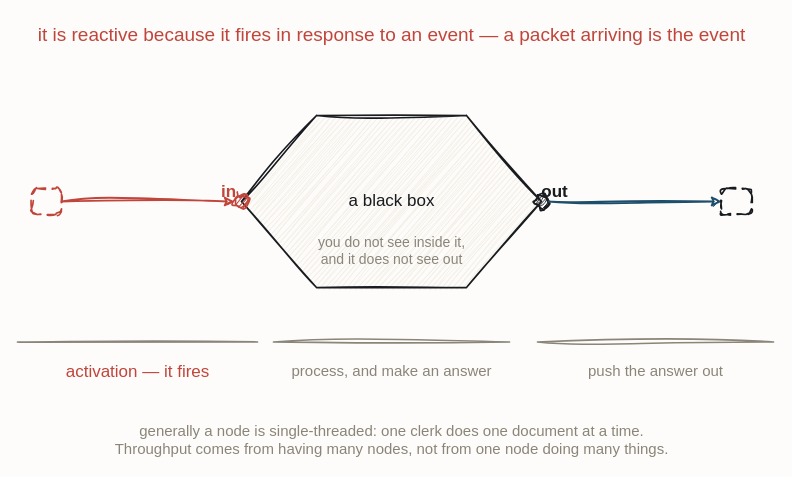
Above: resources/flow-node-ports.drawio in iancooper/practical-messaging (draw.io), before the change. Source tidied: cells renumbered, new cells numbered last; positions are measured from the earlier drawing's top-left corner, leaving out a move shared by most shapes. Both pictures are drawn from the tidied source at 100%, with x=0, y=0 at pixel (17, 17).
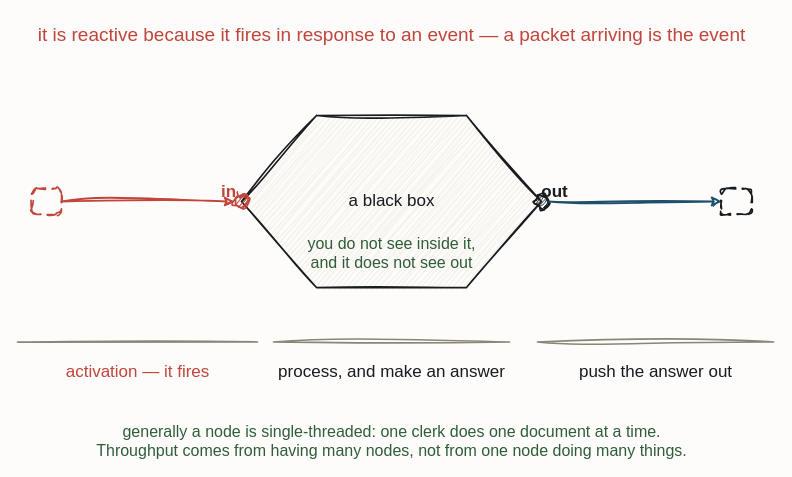
The same page after the edit.

Diff of the diagram source:
```diff
@@
 <mxGraphModel background="#FDFCFA">
   <root>
     <mxCell id="0" />
     <mxCell id="1" parent="0" />
     <mxCell id="2" value="it is reactive because it fires in response to an event — a packet arriving is the event" style="text;html=1;align=center;fontFamily=Caveat;fontSize=19;fontColor=#C0453B;" parent="1" vertex="1">
       <mxGeometry x="314" width="120" height="20" as="geometry" />
     </mxCell>
     <mxCell id="3" value="a black box" style="sketch=1;hachureGap=4;jiggle=2;curveFitting=1;fontFamily=Caveat;html=1;shape=hexagon;perimeter=hexagonPerimeter2;strokeColor=#181B1F;strokeWidth=1.7;fillColor=#F3EFE6;fontColor=#181B1F;fontSize=17;" parent="1" vertex="1">
       <mxGeometry x="224" y="98" width="300" height="172" as="geometry" />
     </mxCell>
     <mxCell id="4" style="sketch=1;hachureGap=4;jiggle=2;curveFitting=1;fontFamily=Caveat;html=1;ellipse;verticalLabelPosition=bottom;verticalAlign=top;strokeColor=#C0453B;strokeWidth=1.7;fillColor=#C0453B;fontColor=#C0453B;fontSize=14;" parent="1" vertex="1">
       <mxGeometry x="217" y="177" width="14" height="14" as="geometry" />
     </mxCell>
     <mxCell id="5" value="in" style="text;html=1;align=center;fontFamily=Caveat;fontSize=17;fontColor=#C0453B;fontStyle=1;" parent="1" vertex="1">
       <mxGeometry x="151" y="158" width="120" height="20" as="geometry" />
     </mxCell>
     <mxCell id="6" style="sketch=1;hachureGap=4;jiggle=2;curveFitting=1;fontFamily=Caveat;html=1;ellipse;verticalLabelPosition=bottom;verticalAlign=top;strokeColor=#181B1F;strokeWidth=1.7;fillColor=#181B1F;fontColor=#181B1F;fontSize=14;" parent="1" vertex="1">
       <mxGeometry x="517" y="177" width="14" height="14" as="geometry" />
     </mxCell>
     <mxCell id="7" value="out" style="text;html=1;align=center;fontFamily=Caveat;fontSize=17;fontColor=#181B1F;fontStyle=1;" parent="1" vertex="1">
       <mxGeometry x="477" y="158" width="120" height="20" as="geometry" />
     </mxCell>
     <mxCell id="8" style="sketch=1;hachureGap=4;jiggle=2;curveFitting=1;fontFamily=Caveat;html=1;rounded=1;arcSize=22;dashed=1;dashPattern=5 4;strokeColor=#C0453B;strokeWidth=1.7;fillColor=#FDFCFA;fontColor=#C0453B;fontSize=13;" parent="1" vertex="1">
       <mxGeometry x="14" y="171" width="30" height="26" as="geometry" />
     </mxCell>
     <mxCell id="9" style="sketch=1;hachureGap=4;jiggle=2;curveFitting=1;fontFamily=Caveat;html=1;rounded=1;arcSize=22;dashed=1;dashPattern=5 4;strokeColor=#181B1F;strokeWidth=1.7;fillColor=#FDFCFA;fontColor=#181B1F;fontSize=13;" parent="1" vertex="1">
       <mxGeometry x="704" y="171" width="30" height="26" as="geometry" />
     </mxCell>
-    <mxCell id="10" value="you do not see inside it,&#10;and it does not see out" style="text;html=1;align=center;fontFamily=Caveat;fontSize=14;fontColor=#8A8578;" parent="1" vertex="1">
+    <mxCell id="10" value="you do not see inside it,&#10;and it does not see out" style="text;html=1;align=center;fontFamily=Caveat;fontSize=16;fontColor=#2F5D3A;" parent="1" vertex="1">
       <mxGeometry x="314" y="210" width="120" height="20" as="geometry" />
     </mxCell>
     <mxCell id="11" style="sketch=1;hachureGap=4;jiggle=2;curveFitting=1;fontFamily=Caveat;html=1;shape=line;strokeColor=#8A8578;strokeWidth=1.7;fillColor=none;fontColor=#8A8578;fontSize=13;" parent="1" vertex="1">
       <mxGeometry y="324" width="240" height="1" as="geometry" />
     </mxCell>
     <mxCell id="12" value="activation — it fires" style="text;html=1;align=center;fontFamily=Caveat;fontSize=17;fontColor=#C0453B;" parent="1" vertex="1">
       <mxGeometry x="60" y="338" width="120" height="20" as="geometry" />
     </mxCell>
     <mxCell id="13" style="sketch=1;hachureGap=4;jiggle=2;curveFitting=1;fontFamily=Caveat;html=1;shape=line;strokeColor=#8A8578;strokeWidth=1.7;fillColor=none;fontColor=#8A8578;fontSize=13;" parent="1" vertex="1">
       <mxGeometry x="256" y="324" width="236" height="1" as="geometry" />
     </mxCell>
-    <mxCell id="14" value="process, and make an answer" style="text;html=1;align=center;fontFamily=Caveat;fontSize=15;fontColor=#8A8578;" parent="1" vertex="1">
+    <mxCell id="14" value="process, and make an answer" style="text;html=1;align=center;fontFamily=Caveat;fontSize=17;fontColor=#181B1F;" parent="1" vertex="1">
       <mxGeometry x="314" y="338" width="120" height="20" as="geometry" />
     </mxCell>
     <mxCell id="15" style="sketch=1;hachureGap=4;jiggle=2;curveFitting=1;fontFamily=Caveat;html=1;shape=line;strokeColor=#8A8578;strokeWidth=1.7;fillColor=none;fontColor=#8A8578;fontSize=13;" parent="1" vertex="1">
       <mxGeometry x="520" y="324" width="236" height="1" as="geometry" />
     </mxCell>
-    <mxCell id="16" value="push the answer out" style="text;html=1;align=center;fontFamily=Caveat;fontSize=15;fontColor=#8A8578;" parent="1" vertex="1">
+    <mxCell id="16" value="push the answer out" style="text;html=1;align=center;fontFamily=Caveat;fontSize=17;fontColor=#181B1F;" parent="1" vertex="1">
       <mxGeometry x="578" y="338" width="120" height="20" as="geometry" />
     </mxCell>
-    <mxCell id="17" value="generally a node is single-threaded: one clerk does one document at a time.&#10;Throughput comes from having many nodes, not from one node doing many things." style="text;html=1;align=center;fontFamily=Caveat;fontSize=15;fontColor=#8A8578;" parent="1" vertex="1">
+    <mxCell id="17" value="generally a node is single-threaded: one clerk does one document at a time.&#10;Throughput comes from having many nodes, not from one node doing many things." style="text;html=1;align=center;fontFamily=Caveat;fontSize=16;fontColor=#2F5D3A;" parent="1" vertex="1">
       <mxGeometry x="314" y="398" width="120" height="20" as="geometry" />
     </mxCell>
     <mxCell id="18" style="sketch=1;jiggle=2;curveFitting=1;edgeStyle=none;rounded=0;strokeColor=#C0453B;strokeWidth=1.8;fontFamily=Caveat;fontSize=17;fontColor=#C0453B;html=1;exitX=1.0;exitY=0.5;exitDx=0;exitDy=0;entryX=0.0;entryY=0.5;entryDx=0;entryDy=0;" parent="1" edge="1" source="8" target="4">
       <mxGeometry relative="1" as="geometry" />
     </mxCell>
     <mxCell id="19" style="sketch=1;jiggle=2;curveFitting=1;edgeStyle=none;rounded=0;strokeColor=#1D4E6B;strokeWidth=1.8;fontFamily=Caveat;fontSize=17;fontColor=#1D4E6B;html=1;exitX=1.0;exitY=0.5;exitDx=0;exitDy=0;entryX=0.0;entryY=0.5;entryDx=0;entryDy=0;" parent="1" edge="1" source="6" target="9">
       <mxGeometry relative="1" as="geometry" />
     </mxCell>
   </root>
 </mxGraphModel>
```
